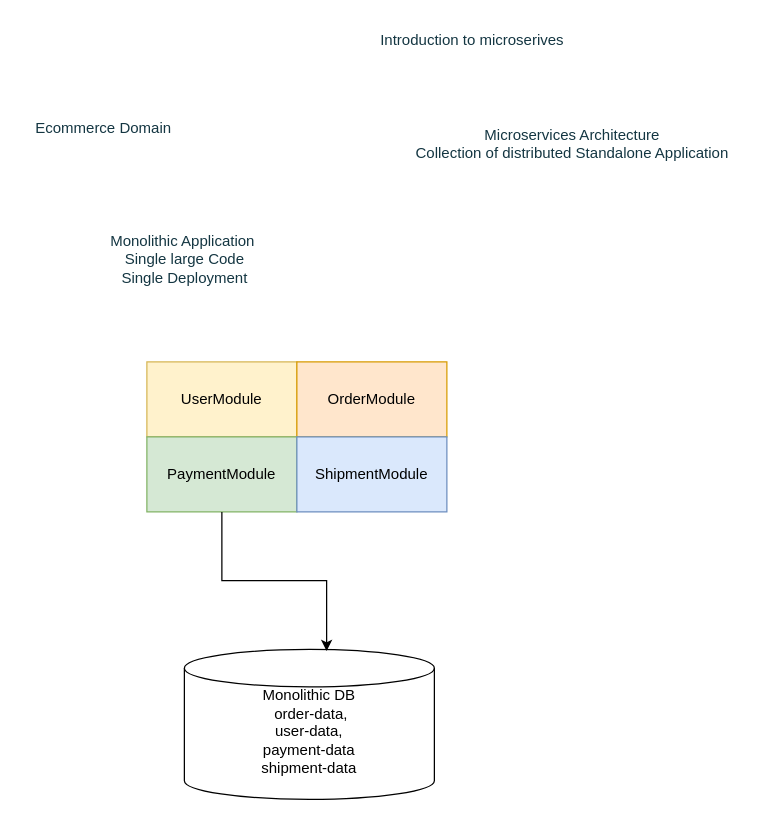
The draw.io diagram Untitled Diagram.drawio in pkamalesh2007/VLMans, before the edit. Source tidied: cells renumbered, new cells numbered last; positions are measured from the earlier drawing's top-left corner, leaving out a move shared by most shapes. Both pictures are drawn from the tidied source at 125%, with x=0, y=0 at pixel (21, 21).
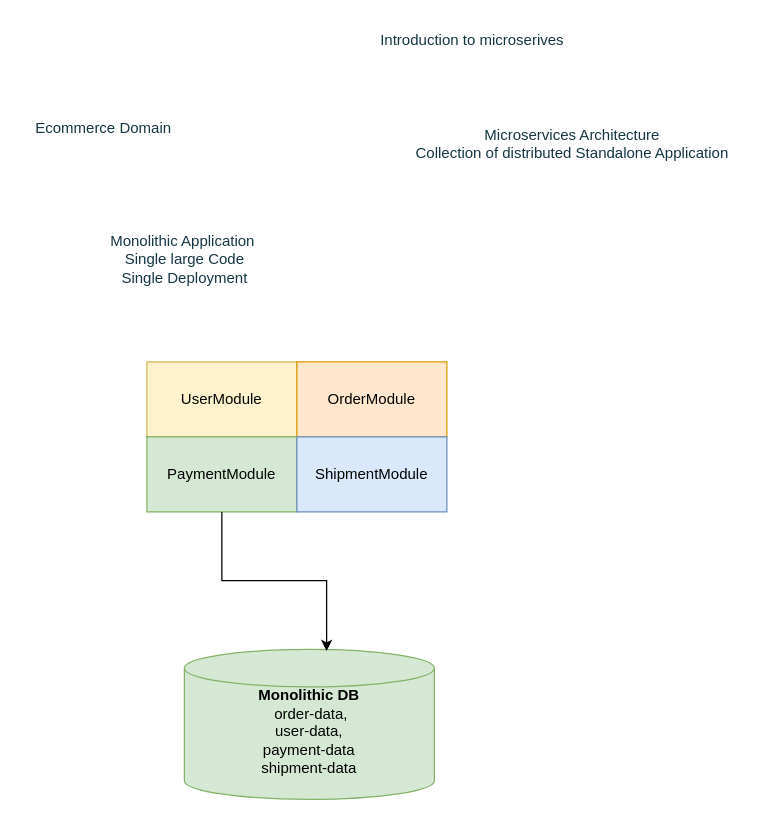
The same page after the edit.

Change to the diagram source:
```diff
@@
 <mxGraphModel>
   <root>
     <mxCell id="0" />
     <mxCell id="1" parent="0" />
     <mxCell id="2" value="Introduction to microserives" style="text;html=1;align=center;verticalAlign=middle;strokeColor=none;fillColor=none;labelBackgroundColor=none;fontColor=#143642;" parent="1" vertex="1">
       <mxGeometry x="275" width="170" height="30" as="geometry" />
     </mxCell>
     <mxCell id="3" value="Ecommerce Domain&lt;div&gt;&lt;br&gt;&lt;/div&gt;" style="text;html=1;align=center;verticalAlign=middle;strokeColor=none;fillColor=none;labelBackgroundColor=none;fontColor=#143642;" parent="1" vertex="1">
       <mxGeometry y="72" width="130" height="40" as="geometry" />
     </mxCell>
     <mxCell id="4" value="Monolithic Application&amp;nbsp;&lt;div&gt;Single large Code&lt;/div&gt;&lt;div&gt;Single Deployment&lt;/div&gt;&lt;div&gt;&lt;br&gt;&lt;/div&gt;" style="text;html=1;align=center;verticalAlign=middle;strokeColor=none;fillColor=none;labelBackgroundColor=none;fontColor=#143642;" parent="1" vertex="1">
       <mxGeometry x="60" y="162" width="140" height="70" as="geometry" />
     </mxCell>
     <mxCell id="5" value="Microservices Architecture&lt;div&gt;Collection of distributed Standalone Application&lt;/div&gt;&lt;div&gt;&lt;br&gt;&lt;/div&gt;" style="text;html=1;align=center;verticalAlign=middle;strokeColor=none;fillColor=none;labelBackgroundColor=none;fontColor=#143642;" parent="1" vertex="1">
       <mxGeometry x="305" y="75" width="270" height="60" as="geometry" />
     </mxCell>
     <mxCell id="6" value="UserModule" style="rounded=0;whiteSpace=wrap;html=1;fillColor=#fff2cc;strokeColor=#d6b656;" parent="1" vertex="1">
       <mxGeometry x="100" y="272" width="120" height="60" as="geometry" />
     </mxCell>
     <mxCell id="7" value="OrderModule" style="rounded=0;whiteSpace=wrap;html=1;fillColor=#ffe6cc;strokeColor=#d79b00;" parent="1" vertex="1">
       <mxGeometry x="220" y="272" width="120" height="60" as="geometry" />
     </mxCell>
     <mxCell id="8" value="PaymentModule" style="rounded=0;whiteSpace=wrap;html=1;fillColor=#d5e8d4;strokeColor=#82b366;" parent="1" vertex="1">
       <mxGeometry x="100" y="332" width="120" height="60" as="geometry" />
     </mxCell>
     <mxCell id="9" value="ShipmentModule" style="rounded=0;whiteSpace=wrap;html=1;fillColor=#dae8fc;strokeColor=#6c8ebf;" parent="1" vertex="1">
       <mxGeometry x="220" y="332" width="120" height="60" as="geometry" />
     </mxCell>
-    <mxCell id="10" value="Monolithic DB&lt;div&gt;&amp;nbsp;order-data,&lt;/div&gt;&lt;div&gt;user-data,&lt;/div&gt;&lt;div&gt;payment-data&lt;/div&gt;&lt;div&gt;shipment-data&lt;/div&gt;&lt;div&gt;&lt;br&gt;&lt;/div&gt;" style="shape=cylinder3;whiteSpace=wrap;html=1;boundedLbl=1;backgroundOutline=1;size=15;" parent="1" vertex="1">
+    <mxCell id="10" value="&lt;b&gt;Monolithic DB&lt;/b&gt;&lt;div&gt;&amp;nbsp;order-data,&lt;/div&gt;&lt;div&gt;user-data,&lt;/div&gt;&lt;div&gt;payment-data&lt;/div&gt;&lt;div&gt;shipment-data&lt;/div&gt;&lt;div&gt;&lt;br&gt;&lt;/div&gt;" style="shape=cylinder3;whiteSpace=wrap;html=1;boundedLbl=1;backgroundOutline=1;size=15;fillColor=#d5e8d4;strokeColor=#82b366;" parent="1" vertex="1">
       <mxGeometry x="130" y="502" width="200" height="120" as="geometry" />
     </mxCell>
     <mxCell id="11" style="edgeStyle=orthogonalEdgeStyle;rounded=0;jettySize=auto;html=1;entryX=0.569;entryY=0.011;entryDx=0;entryDy=0;entryPerimeter=0;" parent="1" edge="1" source="8" target="10">
       <mxGeometry relative="1" as="geometry" />
     </mxCell>
   </root>
 </mxGraphModel>
```
